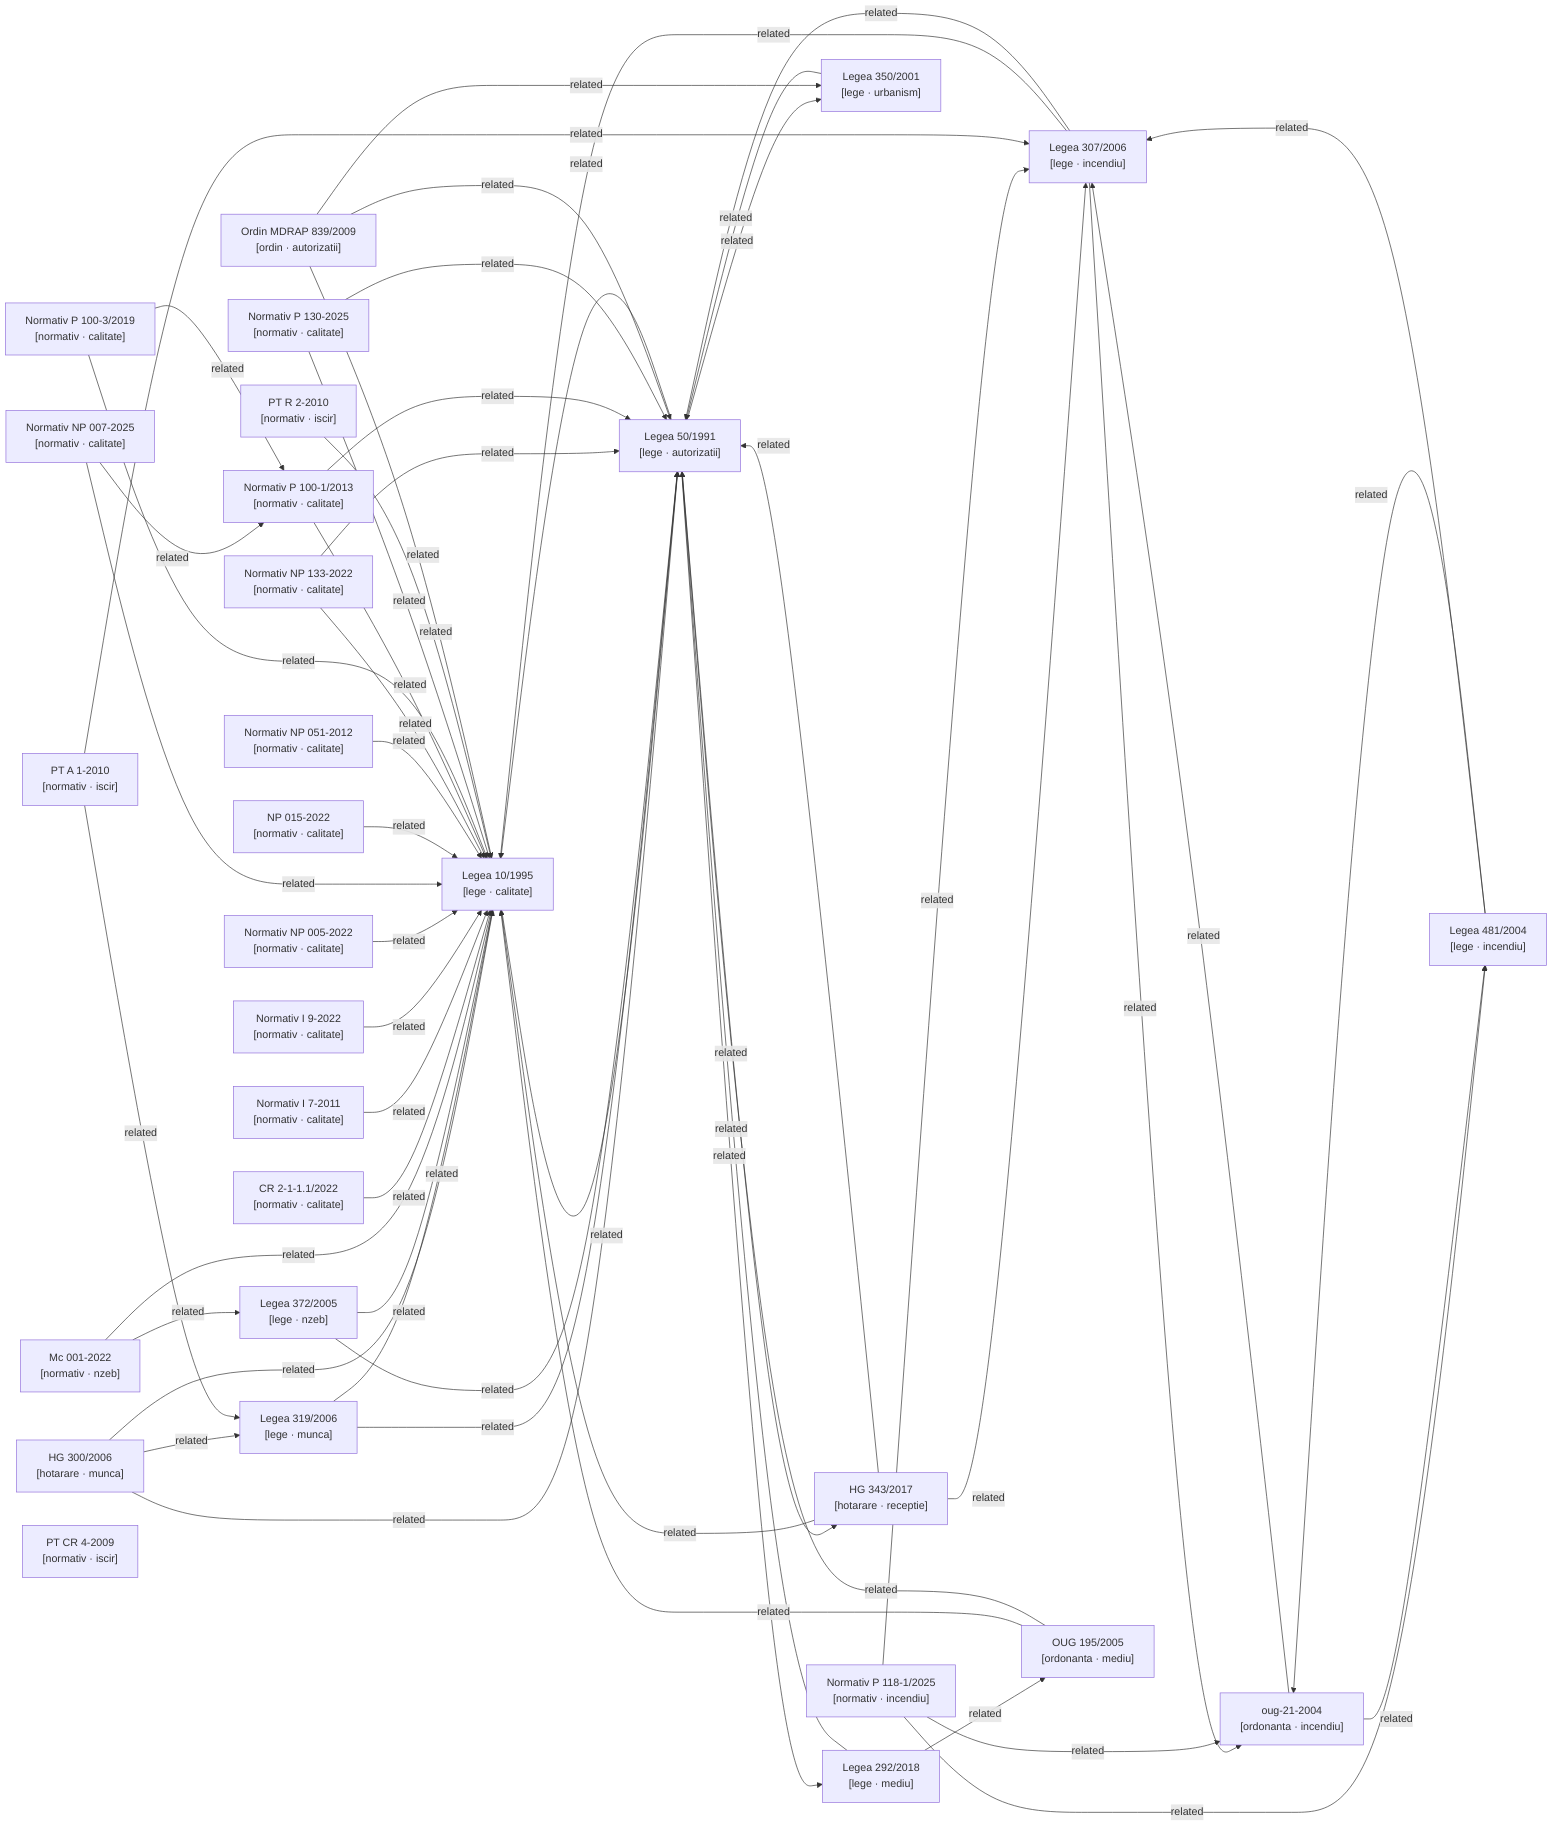
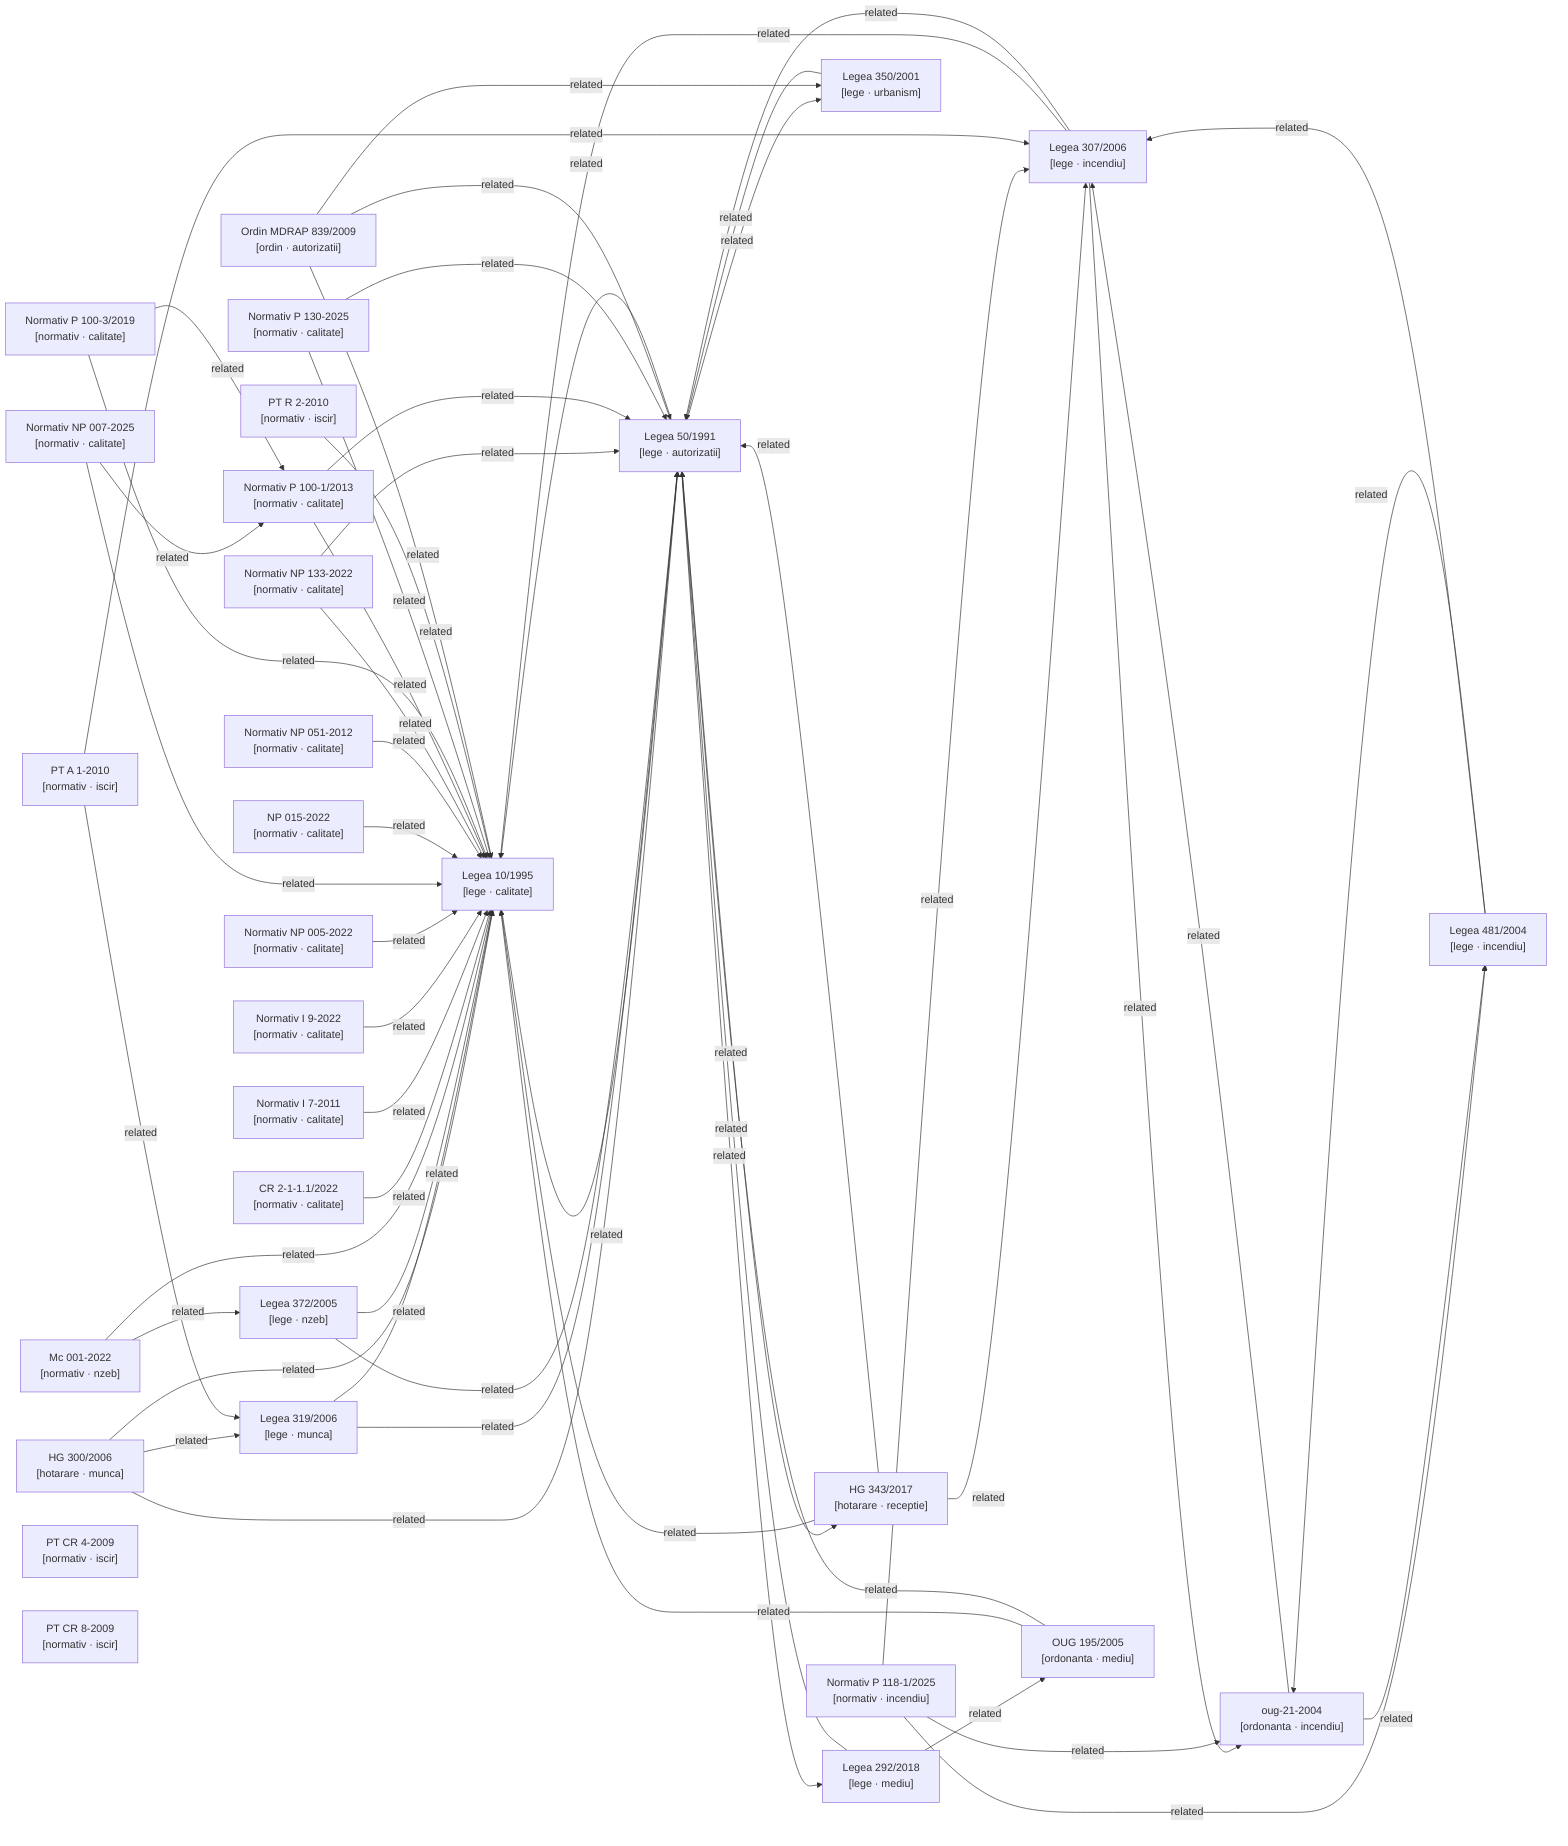
graph LR

  %% Nodes
  hg-300-2006["HG 300/2006\n[hotarare · munca]"]
  hg-343-2017["HG 343/2017\n[hotarare · receptie]"]
  lege-10-1995["Legea 10/1995\n[lege · calitate]"]
  lege-292-2018["Legea 292/2018\n[lege · mediu]"]
  lege-307-2006["Legea 307/2006\n[lege · incendiu]"]
  lege-319-2006["Legea 319/2006\n[lege · munca]"]
  lege-350-2001["Legea 350/2001\n[lege · urbanism]"]
  lege-372-2005["Legea 372/2005\n[lege · nzeb]"]
  lege-481-2004["Legea 481/2004\n[lege · incendiu]"]
  lege-50-1991["Legea 50/1991\n[lege · autorizatii]"]
  metodologie-mc001-2022["Mc 001-2022\n[normativ · nzeb]"]
  normativ-cr2-1-1-1-2022["CR 2-1-1.1/2022\n[normativ · calitate]"]
  normativ-i7-2011["Normativ I 7-2011\n[normativ · calitate]"]
  normativ-i9-2022["Normativ I 9-2022\n[normativ · calitate]"]
  normativ-np005-2022["Normativ NP 005-2022\n[normativ · calitate]"]
  normativ-np007-2025["Normativ NP 007-2025\n[normativ · calitate]"]
  normativ-np015-2022["NP 015-2022\n[normativ · calitate]"]
  normativ-np051-2012["Normativ NP 051-2012\n[normativ · calitate]"]
  normativ-np133-2022["Normativ NP 133-2022\n[normativ · calitate]"]
  normativ-p100-1-2013["Normativ P 100-1/2013\n[normativ · calitate]"]
  normativ-p100-3-2019["Normativ P 100-3/2019\n[normativ · calitate]"]
  normativ-p118-1-2025["Normativ P 118-1/2025\n[normativ · incendiu]"]
  normativ-p130-2025["Normativ P 130-2025\n[normativ · calitate]"]
  normativ-pt-a1-2010["PT A 1-2010\n[normativ · iscir]"]
  normativ-pt-cr4-2009["PT CR 4-2009\n[normativ · iscir]"]
+   normativ-pt-cr8-2009["PT CR 8-2009\n[normativ · iscir]"]
  normativ-pt-r2-2010["PT R 2-2010\n[normativ · iscir]"]
  ordin-839-2009["Ordin MDRAP 839/2009\n[ordin · autorizatii]"]
  oug-195-2005["OUG 195/2005\n[ordonanta · mediu]"]
  oug-21-2004["oug-21-2004\n[ordonanta · incendiu]"]

  %% Confirmed relationships (from metadata related_acts)
  hg-300-2006 -->|related| lege-10-1995
  hg-300-2006 -->|related| lege-319-2006
  hg-300-2006 -->|related| lege-50-1991
  hg-343-2017 -->|related| lege-10-1995
  hg-343-2017 -->|related| lege-307-2006
  hg-343-2017 -->|related| lege-50-1991
  lege-10-1995 -->|related| lege-50-1991
  lege-292-2018 -->|related| lege-50-1991
  lege-292-2018 -->|related| oug-195-2005
  lege-307-2006 -->|related| lege-10-1995
  lege-307-2006 -->|related| lege-50-1991
  lege-307-2006 -->|related| oug-21-2004
  lege-319-2006 -->|related| lege-10-1995
  lege-319-2006 -->|related| lege-50-1991
  lege-350-2001 -->|related| lege-50-1991
  lege-372-2005 -->|related| lege-10-1995
  lege-372-2005 -->|related| lege-50-1991
  lege-481-2004 -->|related| lege-307-2006
  lege-481-2004 -->|related| oug-21-2004
  lege-50-1991 -->|related| hg-343-2017
  lege-50-1991 -->|related| lege-10-1995
  lege-50-1991 -->|related| lege-292-2018
  lege-50-1991 -->|related| lege-350-2001
  metodologie-mc001-2022 -->|related| lege-10-1995
  metodologie-mc001-2022 -->|related| lege-372-2005
  normativ-cr2-1-1-1-2022 -->|related| lege-10-1995
  normativ-i7-2011 -->|related| lege-10-1995
  normativ-i9-2022 -->|related| lege-10-1995
  normativ-np005-2022 -->|related| lege-10-1995
  normativ-np007-2025 -->|related| lege-10-1995
  normativ-np007-2025 -->|related| normativ-p100-1-2013
  normativ-np015-2022 -->|related| lege-10-1995
  normativ-np051-2012 -->|related| lege-10-1995
  normativ-np133-2022 -->|related| lege-10-1995
  normativ-np133-2022 -->|related| lege-50-1991
  normativ-p100-1-2013 -->|related| lege-10-1995
  normativ-p100-1-2013 -->|related| lege-50-1991
  normativ-p100-3-2019 -->|related| lege-10-1995
  normativ-p100-3-2019 -->|related| normativ-p100-1-2013
  normativ-p118-1-2025 -->|related| lege-307-2006
  normativ-p118-1-2025 -->|related| lege-481-2004
  normativ-p118-1-2025 -->|related| oug-21-2004
  normativ-p130-2025 -->|related| lege-10-1995
  normativ-p130-2025 -->|related| lege-50-1991
  normativ-pt-a1-2010 -->|related| lege-307-2006
  normativ-pt-a1-2010 -->|related| lege-319-2006
  normativ-pt-r2-2010 -->|related| lege-10-1995
  ordin-839-2009 -->|related| lege-10-1995
  ordin-839-2009 -->|related| lege-350-2001
  ordin-839-2009 -->|related| lege-50-1991
  oug-195-2005 -->|related| lege-10-1995
  oug-195-2005 -->|related| lege-50-1991
  oug-21-2004 -->|related| lege-307-2006
  oug-21-2004 -->|related| lege-481-2004

  %% Auto-detected relationships (needs_review)
